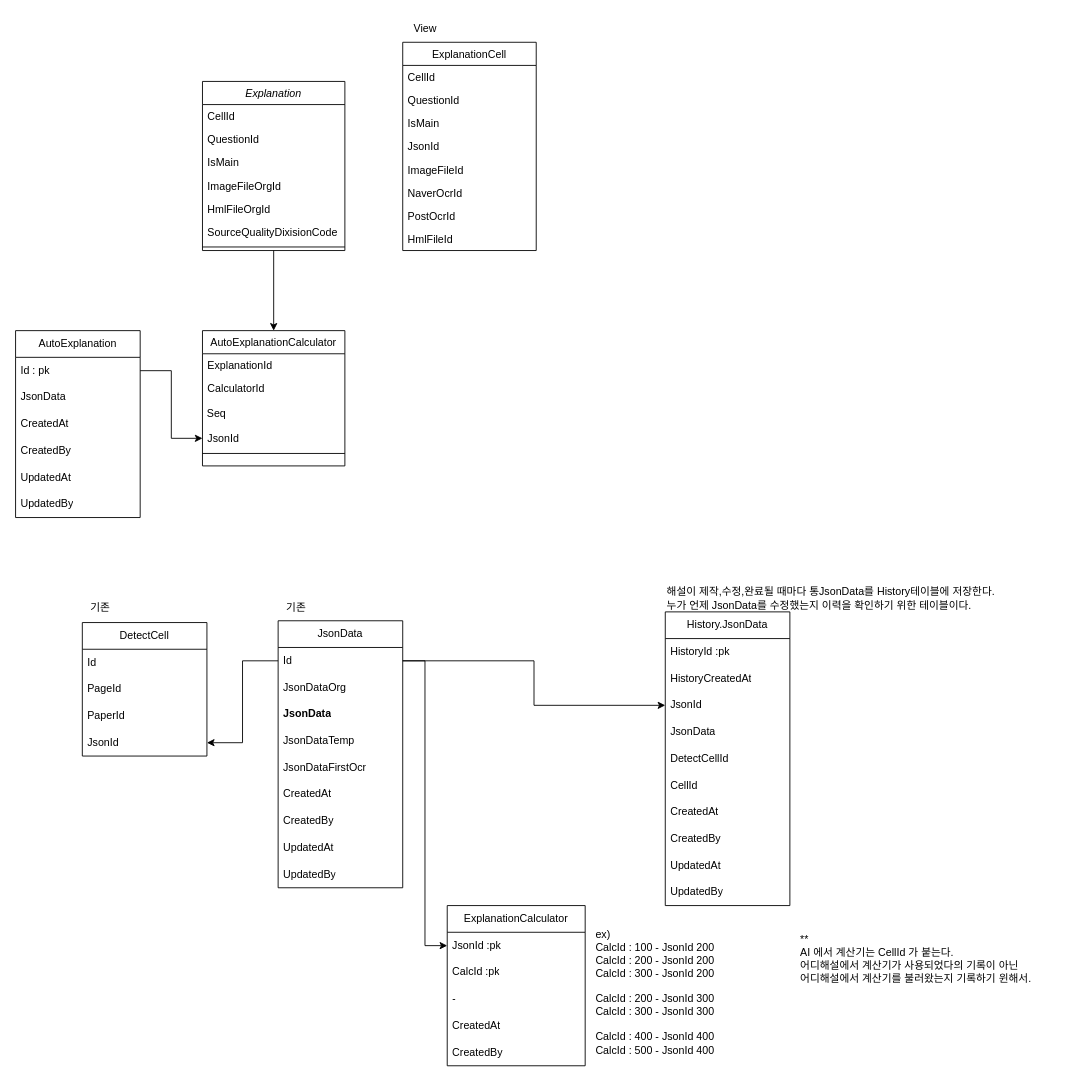
Before: 해설계산기.drawio in hyeonzx/Explanation_Calculator, a draw.io diagram. Source tidied: cells renumbered, new cells numbered last; positions are measured from the earlier drawing's top-left corner, leaving out a move shared by most shapes. Both pictures are drawn from the tidied source at 89%, with x=0, y=0 at pixel (15, 15).
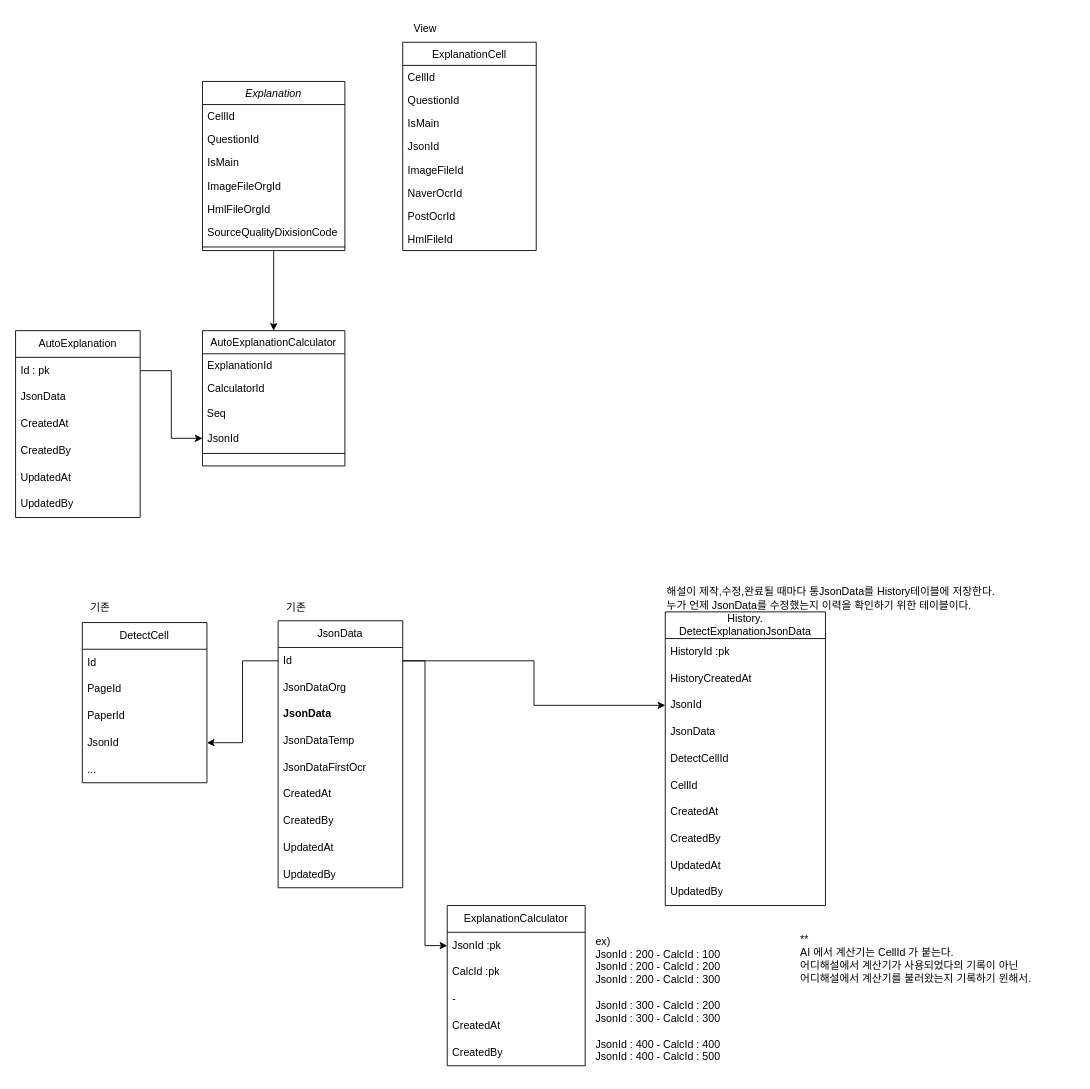
The same diagram, later.

Commit message:
해설계산기.drawio 업데이트

Unchanged cells that the change refers to:
```xml
<mxCell id="42" value="Id" style="text;strokeColor=none;fillColor=none;align=left;verticalAlign=middle;spacingLeft=4;spacingRight=4;overflow=hidden;points=[[0,0.5],[1,0.5]];portConstraint=eastwest;whiteSpace=wrap;html=1;" parent="41" vertex="1">
  <mxGeometry y="30" width="140" height="30" as="geometry" />
</mxCell>
```

Change to the diagram source:
```diff
@@
     <mxCell id="51" value="DetectCell" style="swimlane;fontStyle=0;horizontal=1;startSize=30;whiteSpace=wrap;html=1;" parent="1" vertex="1">
-      <mxGeometry x="75" y="682" width="140" height="150" as="geometry" />
+      <mxGeometry x="75" y="682" width="140" height="180" as="geometry" />
     </mxCell>
@@
+    <mxCell id="75" value="JsonId" style="text;strokeColor=none;fillColor=none;align=left;verticalAlign=middle;spacingLeft=4;spacingRight=4;overflow=hidden;points=[[0,0.5],[1,0.5]];portConstraint=eastwest;whiteSpace=wrap;html=1;" parent="51" vertex="1">
+      <mxGeometry y="120" width="140" height="30" as="geometry" />
+    </mxCell>
-    <mxCell id="55" value="JsonId" style="text;strokeColor=none;fillColor=none;align=left;verticalAlign=middle;spacingLeft=4;spacingRight=4;overflow=hidden;points=[[0,0.5],[1,0.5]];portConstraint=eastwest;whiteSpace=wrap;html=1;" parent="51" vertex="1">
-      <mxGeometry y="120" width="140" height="30" as="geometry" />
+    <mxCell id="55" value="..." style="text;strokeColor=none;fillColor=none;align=left;verticalAlign=middle;spacingLeft=4;spacingRight=4;overflow=hidden;points=[[0,0.5],[1,0.5]];portConstraint=eastwest;whiteSpace=wrap;html=1;" parent="51" vertex="1">
+      <mxGeometry y="150" width="140" height="30" as="geometry" />
     </mxCell>
-    <mxCell id="56" value="History.JsonData" style="swimlane;fontStyle=0;horizontal=1;startSize=30;whiteSpace=wrap;html=1;" parent="1" vertex="1">
-      <mxGeometry x="730" y="670" width="140" height="330" as="geometry" />
+    <mxCell id="56" value="History.&lt;div&gt;DetectExplanationJsonData&lt;/div&gt;" style="swimlane;fontStyle=0;horizontal=1;startSize=30;whiteSpace=wrap;html=1;" parent="1" vertex="1">
+      <mxGeometry x="730" y="670" width="180" height="330" as="geometry" />
     </mxCell>
     <mxCell id="57" value="HistoryId :pk" style="text;strokeColor=none;fillColor=none;align=left;verticalAlign=middle;spacingLeft=4;spacingRight=4;overflow=hidden;whiteSpace=wrap;html=1;" parent="56" vertex="1">
-      <mxGeometry y="30" width="140" height="30" as="geometry" />
+      <mxGeometry y="30" width="180" height="30" as="geometry" />
     </mxCell>
     <mxCell id="58" value="HistoryCreatedAt" style="text;strokeColor=none;fillColor=none;align=left;verticalAlign=middle;spacingLeft=4;spacingRight=4;overflow=hidden;whiteSpace=wrap;html=1;" parent="56" vertex="1">
-      <mxGeometry y="60" width="140" height="30" as="geometry" />
+      <mxGeometry y="60" width="180" height="30" as="geometry" />
     </mxCell>
     <mxCell id="59" value="JsonId" style="text;strokeColor=none;fillColor=none;align=left;verticalAlign=middle;spacingLeft=4;spacingRight=4;overflow=hidden;points=[[0,0.5],[1,0.5]];portConstraint=eastwest;whiteSpace=wrap;html=1;" parent="56" vertex="1">
-      <mxGeometry y="90" width="140" height="30" as="geometry" />
+      <mxGeometry y="90" width="180" height="30" as="geometry" />
     </mxCell>
     <mxCell id="60" value="JsonData" style="text;strokeColor=none;fillColor=none;align=left;verticalAlign=middle;spacingLeft=4;spacingRight=4;overflow=hidden;whiteSpace=wrap;html=1;" parent="56" vertex="1">
-      <mxGeometry y="120" width="140" height="30" as="geometry" />
+      <mxGeometry y="120" width="180" height="30" as="geometry" />
     </mxCell>
     <mxCell id="61" value="DetectCellId" style="text;strokeColor=none;fillColor=none;align=left;verticalAlign=middle;spacingLeft=4;spacingRight=4;overflow=hidden;whiteSpace=wrap;html=1;" parent="56" vertex="1">
-      <mxGeometry y="150" width="140" height="30" as="geometry" />
+      <mxGeometry y="150" width="180" height="30" as="geometry" />
     </mxCell>
     <mxCell id="62" value="CellId" style="text;strokeColor=none;fillColor=none;align=left;verticalAlign=middle;spacingLeft=4;spacingRight=4;overflow=hidden;whiteSpace=wrap;html=1;" parent="56" vertex="1">
-      <mxGeometry y="180" width="140" height="30" as="geometry" />
+      <mxGeometry y="180" width="180" height="30" as="geometry" />
     </mxCell>
     <mxCell id="63" value="CreatedAt" style="text;strokeColor=none;fillColor=none;align=left;verticalAlign=middle;spacingLeft=4;spacingRight=4;overflow=hidden;whiteSpace=wrap;html=1;" parent="56" vertex="1">
-      <mxGeometry y="210" width="140" height="30" as="geometry" />
+      <mxGeometry y="210" width="180" height="30" as="geometry" />
     </mxCell>
     <mxCell id="64" value="CreatedBy" style="text;strokeColor=none;fillColor=none;align=left;verticalAlign=middle;spacingLeft=4;spacingRight=4;overflow=hidden;whiteSpace=wrap;html=1;" parent="56" vertex="1">
-      <mxGeometry y="240" width="140" height="30" as="geometry" />
+      <mxGeometry y="240" width="180" height="30" as="geometry" />
     </mxCell>
     <mxCell id="65" value="UpdatedAt" style="text;strokeColor=none;fillColor=none;align=left;verticalAlign=middle;spacingLeft=4;spacingRight=4;overflow=hidden;whiteSpace=wrap;html=1;" parent="56" vertex="1">
-      <mxGeometry y="270" width="140" height="30" as="geometry" />
+      <mxGeometry y="270" width="180" height="30" as="geometry" />
     </mxCell>
     <mxCell id="66" value="UpdatedBy" style="text;strokeColor=none;fillColor=none;align=left;verticalAlign=middle;spacingLeft=4;spacingRight=4;overflow=hidden;whiteSpace=wrap;html=1;" parent="56" vertex="1">
-      <mxGeometry y="300" width="140" height="30" as="geometry" />
+      <mxGeometry y="300" width="180" height="30" as="geometry" />
     </mxCell>
@@
-    <mxCell id="69" style="edgeStyle=orthogonalEdgeStyle;rounded=0;jettySize=auto;html=1;exitX=0;exitY=0.5;exitDx=0;exitDy=0;entryX=1;entryY=0.5;entryDx=0;entryDy=0;" parent="1" edge="1" source="42" target="55">
-      <mxGeometry relative="1" as="geometry" />
-    </mxCell>
@@
-    <mxCell id="73" value="&lt;div&gt;ex)&lt;/div&gt;CalcId : 100 - JsonId 200&lt;div&gt;CalcId : 200 - JsonId 200&lt;/div&gt;&lt;div&gt;CalcId : 300 - JsonId 200&lt;/div&gt;&lt;div&gt;&lt;br&gt;&lt;/div&gt;&lt;div&gt;CalcId : 200 - JsonId 300&lt;/div&gt;&lt;div&gt;CalcId : 300 - JsonId 300&lt;/div&gt;&lt;div&gt;&lt;br&gt;&lt;/div&gt;&lt;div&gt;CalcId : 400 - JsonId 400&lt;/div&gt;&lt;div&gt;CalcId : 500 - JsonId 400&lt;/div&gt;&lt;div&gt;&lt;br&gt;&lt;/div&gt;" style="text;html=1;align=left;verticalAlign=middle;strokeColor=none;fillColor=none;" parent="1" vertex="1">
-      <mxGeometry x="650" y="1020" width="160" height="170" as="geometry" />
+    <mxCell id="73" value="&lt;div&gt;&lt;div&gt;ex)&lt;/div&gt;&lt;div&gt;JsonId : 200 - CalcId : 100&lt;/div&gt;&lt;div&gt;JsonId : 200 - CalcId : 200&lt;/div&gt;&lt;div&gt;JsonId : 200 - CalcId : 300&lt;/div&gt;&lt;div&gt;&amp;nbsp; &amp;nbsp; &amp;nbsp; &amp;nbsp; &amp;nbsp;&lt;/div&gt;&lt;div&gt;JsonId : 300 - CalcId : 200&lt;/div&gt;&lt;div&gt;JsonId : 300 - CalcId : 300&lt;/div&gt;&lt;div&gt;&amp;nbsp; &amp;nbsp; &amp;nbsp;&lt;/div&gt;&lt;div&gt;JsonId : 400 - CalcId : 400&lt;/div&gt;&lt;div&gt;JsonId : 400 - CalcId : 500&lt;/div&gt;&lt;/div&gt;" style="text;html=1;align=left;verticalAlign=middle;strokeColor=none;fillColor=none;" parent="1" vertex="1">
+      <mxGeometry x="650" y="1025" width="160" height="160" as="geometry" />
     </mxCell>
@@
+    <mxCell id="76" style="edgeStyle=orthogonalEdgeStyle;rounded=0;jettySize=auto;html=1;exitX=0;exitY=0.5;exitDx=0;exitDy=0;entryX=1;entryY=0.5;entryDx=0;entryDy=0;" parent="1" edge="1" source="42" target="75">
+      <mxGeometry relative="1" as="geometry" />
+    </mxCell>
```
